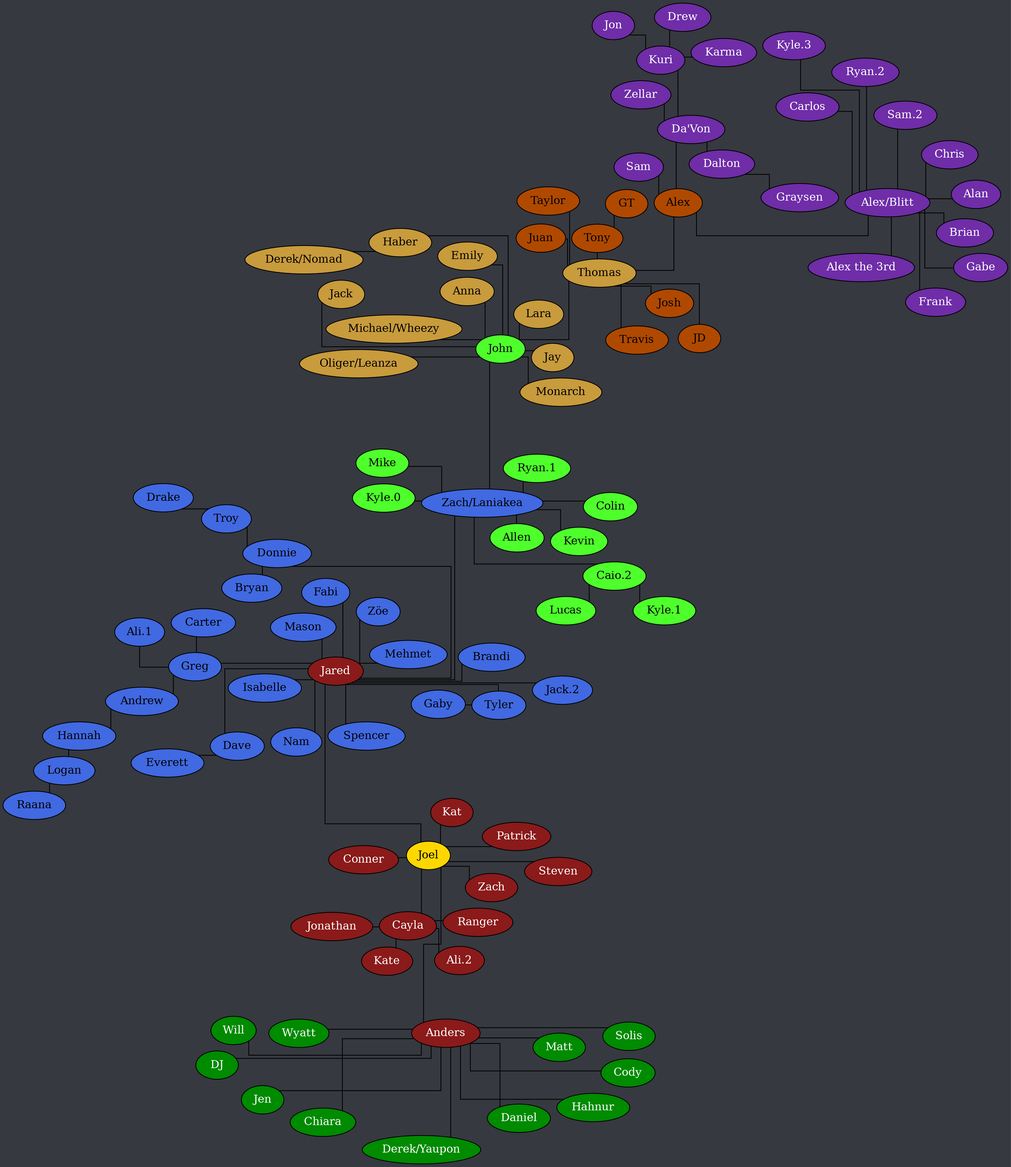
Documidas/CoronaCatzFamilyTree keeps this Graphviz diagram as tree.png. Above is the earlier version. Its source is kept beside it as tree.dot.
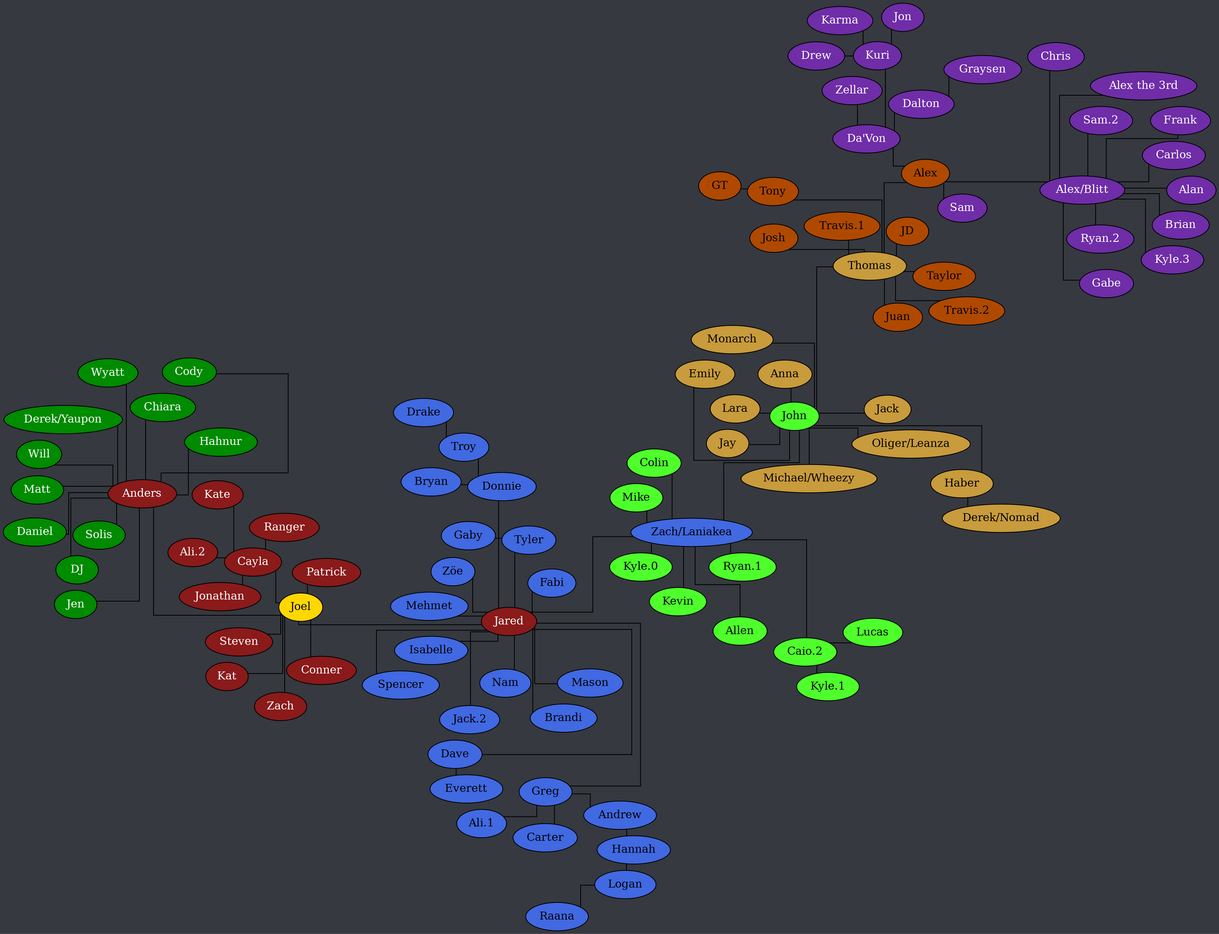
After the change.

What changed in the source:
```diff
@@ -120,7 +120,8 @@
 		Thomas -- Juan;
 		Thomas -- Taylor;
 		Thomas -- Tony;
-		Thomas -- Travis;
+		Thomas -- "Travis.1";
+		Thomas -- "Travis.2";
 		Tony -- GT;
 	}
 
```
